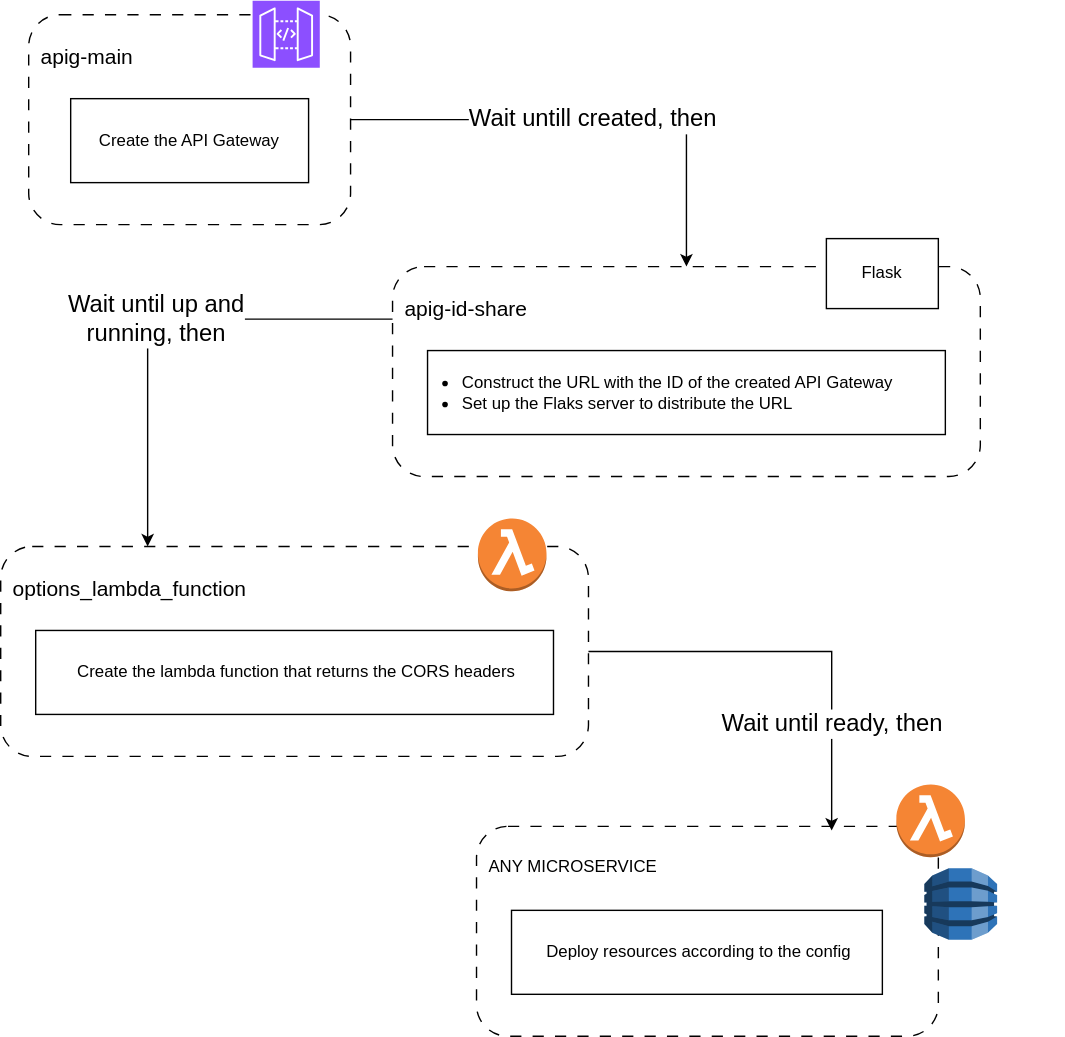
Before: backend/setup_deployment_apig.drawio.svg, a diagram exported from draw.io (sopra-the-endboss/laser-chad-fullstack). Source tidied: cells renumbered, new cells last; positions are measured from the earlier drawing's top-left corner, leaving out a move shared by most shapes. Source of this version:
```xml
<mxGraphModel>
  <root>
    <mxCell id="0" />
    <mxCell id="1" parent="0" />
    <mxCell id="2" style="group;" parent="1" vertex="1">
      <mxGeometry x="20" width="230" height="160" as="geometry" />
    </mxCell>
    <mxCell id="3" value="&lt;div style=&quot;font-size: 15px;&quot; align=&quot;left&quot;&gt;apig-main&lt;/div&gt;" style="rounded=1;whiteSpace=wrap;html=1;align=left;verticalAlign=top;spacingTop=15;spacingLeft=7;dashed=1;dashPattern=8 8;" parent="2" vertex="1">
      <mxGeometry y="10" width="230" height="150" as="geometry" />
    </mxCell>
    <mxCell id="4" value="Create the API Gateway" style="rounded=0;whiteSpace=wrap;html=1;" parent="2" vertex="1">
      <mxGeometry x="30" y="70" width="170" height="60" as="geometry" />
    </mxCell>
    <mxCell id="5" style="sketch=0;fontColor=#232F3E;fillColor=#8C4FFF;strokeColor=#ffffff;dashed=0;verticalLabelPosition=bottom;verticalAlign=top;align=center;html=1;fontSize=12;fontStyle=0;shape=mxgraph.aws4.resourceIcon;resIcon=mxgraph.aws4.api_gateway;" parent="2" vertex="1">
      <mxGeometry x="160" width="48" height="48" as="geometry" />
    </mxCell>
    <mxCell id="6" style="group;" parent="1" vertex="1">
      <mxGeometry x="280" y="170" width="420" height="170" as="geometry" />
    </mxCell>
    <mxCell id="7" value="&lt;div style=&quot;font-size: 15px;&quot; align=&quot;left&quot;&gt;apig-id-share&lt;/div&gt;" style="rounded=1;whiteSpace=wrap;html=1;align=left;verticalAlign=top;spacingTop=15;spacingLeft=7;dashed=1;dashPattern=8 8;" parent="6" vertex="1">
      <mxGeometry y="20" width="420" height="150" as="geometry" />
    </mxCell>
    <mxCell id="8" value="Flask" style="rounded=0;whiteSpace=wrap;html=1;" parent="6" vertex="1">
      <mxGeometry x="310" width="80" height="50" as="geometry" />
    </mxCell>
    <mxCell id="9" value="&lt;div align=&quot;left&quot;&gt;&lt;ul&gt;&lt;li&gt;Construct the URL with the ID of the created API Gateway&lt;/li&gt;&lt;li&gt;&lt;div&gt;Set up the Flaks server to distribute the URL&lt;br&gt;&lt;/div&gt;&lt;/li&gt;&lt;/ul&gt;&lt;/div&gt;" style="rounded=0;whiteSpace=wrap;html=1;align=left;spacingLeft=-17;" parent="6" vertex="1">
      <mxGeometry x="25" y="80" width="370" height="60" as="geometry" />
    </mxCell>
    <mxCell id="10" style="group;" parent="1" vertex="1">
      <mxGeometry y="370" width="420" height="170" as="geometry" />
    </mxCell>
    <mxCell id="11" value="&lt;div style=&quot;font-size: 15px;&quot; align=&quot;left&quot;&gt;options_lambda_function&lt;/div&gt;" style="rounded=1;whiteSpace=wrap;html=1;align=left;verticalAlign=top;spacingTop=15;spacingLeft=7;dashed=1;dashPattern=8 8;" parent="10" vertex="1">
      <mxGeometry y="20" width="420" height="150" as="geometry" />
    </mxCell>
    <mxCell id="12" value="Create the lambda function that returns the CORS headers" style="rounded=0;whiteSpace=wrap;html=1;align=center;spacingLeft=3;" parent="10" vertex="1">
      <mxGeometry x="25" y="80" width="370" height="60" as="geometry" />
    </mxCell>
    <mxCell id="13" style="dashed=0;verticalLabelPosition=bottom;verticalAlign=top;align=center;html=1;shape=mxgraph.aws3.lambda_function;fillColor=#F58534;gradientColor=none;" parent="10" vertex="1">
      <mxGeometry x="341" width="49" height="52" as="geometry" />
    </mxCell>
    <mxCell id="14" value="Wait untill created, then" style="edgeStyle=orthogonalEdgeStyle;rounded=0;jettySize=auto;html=1;entryX=0.5;entryY=0;entryDx=0;entryDy=0;fontSize=17;" parent="1" edge="1" source="3" target="7">
      <mxGeometry relative="1" as="geometry" />
    </mxCell>
    <mxCell id="15" value="&lt;div&gt;Wait until up and&lt;/div&gt;&lt;div&gt;running, then&lt;/div&gt;" style="edgeStyle=orthogonalEdgeStyle;rounded=0;jettySize=auto;html=1;exitX=0;exitY=0.25;exitDx=0;exitDy=0;entryX=0.25;entryY=0;entryDx=0;entryDy=0;fontSize=17;" parent="1" edge="1" source="7" target="11">
      <mxGeometry relative="1" as="geometry" />
    </mxCell>
    <mxCell id="16" style="group;" parent="1" vertex="1">
      <mxGeometry x="340" y="570" width="420" height="170" as="geometry" />
    </mxCell>
    <mxCell id="17" value="ANY MICROSERVICE" style="rounded=1;whiteSpace=wrap;html=1;align=left;verticalAlign=top;spacingTop=15;spacingLeft=7;dashed=1;dashPattern=8 8;" parent="16" vertex="1">
      <mxGeometry y="20" width="330" height="150" as="geometry" />
    </mxCell>
    <mxCell id="18" value="Deploy resources according to the config" style="rounded=0;whiteSpace=wrap;html=1;align=center;spacingLeft=3;" parent="16" vertex="1">
      <mxGeometry x="25" y="80" width="265" height="60" as="geometry" />
    </mxCell>
    <mxCell id="19" style="dashed=0;verticalLabelPosition=bottom;verticalAlign=top;align=center;html=1;shape=mxgraph.aws3.lambda_function;fillColor=#F58534;gradientColor=none;" parent="16" vertex="1">
      <mxGeometry x="300" y="-10" width="49" height="52" as="geometry" />
    </mxCell>
    <mxCell id="20" style="dashed=0;verticalLabelPosition=bottom;verticalAlign=top;align=center;html=1;shape=mxgraph.aws3.dynamo_db;fillColor=#2E73B8;gradientColor=none;" parent="16" vertex="1">
      <mxGeometry x="320" y="50" width="52" height="51" as="geometry" />
    </mxCell>
    <mxCell id="21" value="Wait until ready, then" style="edgeStyle=orthogonalEdgeStyle;rounded=0;jettySize=auto;html=1;exitX=1;exitY=0.5;exitDx=0;exitDy=0;entryX=0.769;entryY=0.02;entryDx=0;entryDy=0;entryPerimeter=0;fontSize=17;" parent="1" edge="1" source="11" target="17">
      <mxGeometry x="0.5" relative="1" as="geometry" />
    </mxCell>
  </root>
</mxGraphModel>
```
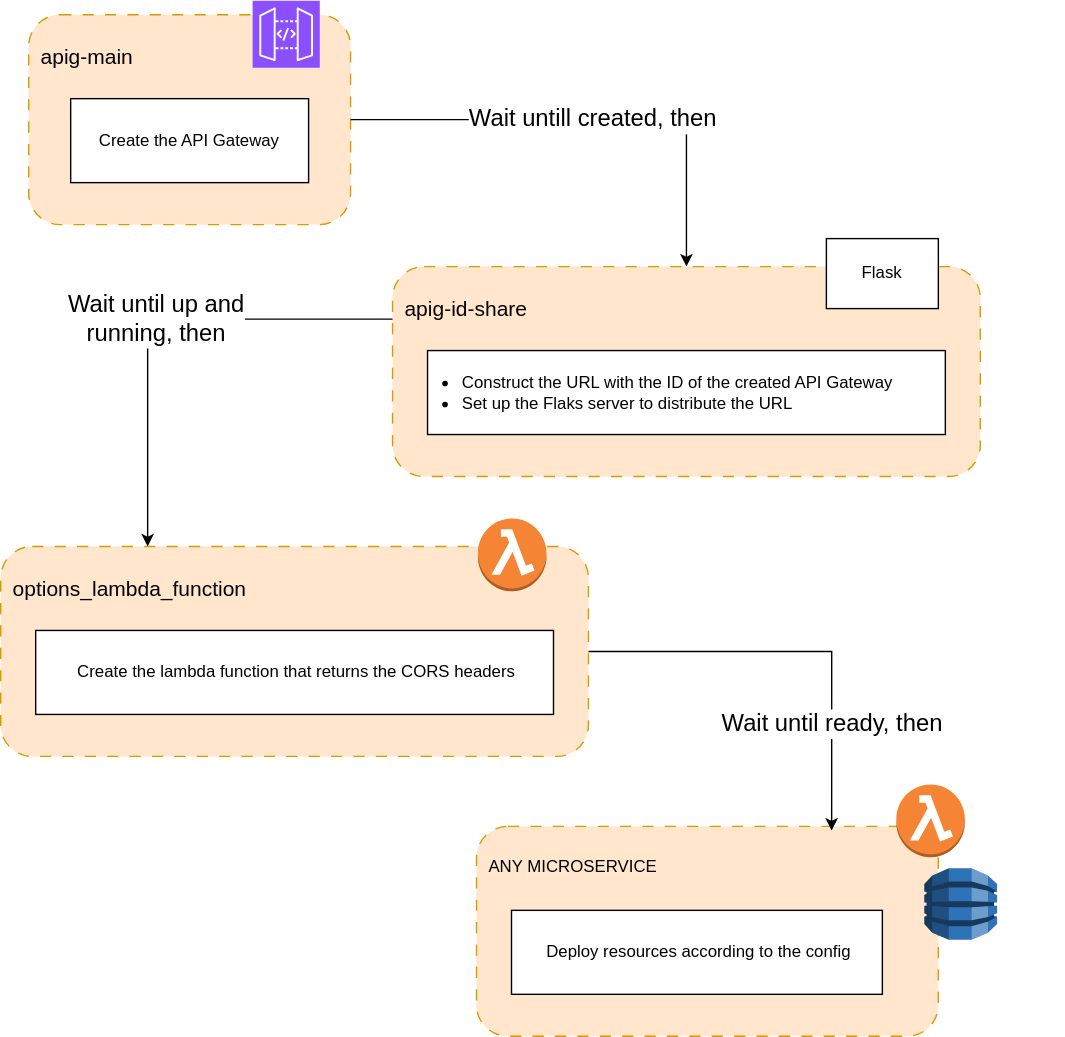
The same file after the commit.

Change to the diagram source:
```diff
@@ -5,7 +5,7 @@
     <mxCell id="2" style="group;" parent="1" vertex="1">
       <mxGeometry x="20" width="230" height="160" as="geometry" />
     </mxCell>
-    <mxCell id="3" value="&lt;div style=&quot;font-size: 15px;&quot; align=&quot;left&quot;&gt;apig-main&lt;/div&gt;" style="rounded=1;whiteSpace=wrap;html=1;align=left;verticalAlign=top;spacingTop=15;spacingLeft=7;dashed=1;dashPattern=8 8;" parent="2" vertex="1">
+    <mxCell id="3" value="&lt;div style=&quot;font-size: 15px;&quot; align=&quot;left&quot;&gt;apig-main&lt;/div&gt;" style="rounded=1;whiteSpace=wrap;html=1;align=left;verticalAlign=top;spacingTop=15;spacingLeft=7;dashed=1;dashPattern=8 8;fillColor=#ffe6cc;strokeColor=#d79b00;" parent="2" vertex="1">
       <mxGeometry y="10" width="230" height="150" as="geometry" />
     </mxCell>
     <mxCell id="4" value="Create the API Gateway" style="rounded=0;whiteSpace=wrap;html=1;" parent="2" vertex="1">
@@ -17,7 +17,7 @@
     <mxCell id="6" style="group;" parent="1" vertex="1">
       <mxGeometry x="280" y="170" width="420" height="170" as="geometry" />
     </mxCell>
-    <mxCell id="7" value="&lt;div style=&quot;font-size: 15px;&quot; align=&quot;left&quot;&gt;apig-id-share&lt;/div&gt;" style="rounded=1;whiteSpace=wrap;html=1;align=left;verticalAlign=top;spacingTop=15;spacingLeft=7;dashed=1;dashPattern=8 8;" parent="6" vertex="1">
+    <mxCell id="7" value="&lt;div style=&quot;font-size: 15px;&quot; align=&quot;left&quot;&gt;apig-id-share&lt;/div&gt;" style="rounded=1;whiteSpace=wrap;html=1;align=left;verticalAlign=top;spacingTop=15;spacingLeft=7;dashed=1;dashPattern=8 8;fillColor=#ffe6cc;strokeColor=#d79b00;" parent="6" vertex="1">
       <mxGeometry y="20" width="420" height="150" as="geometry" />
     </mxCell>
     <mxCell id="8" value="Flask" style="rounded=0;whiteSpace=wrap;html=1;" parent="6" vertex="1">
@@ -29,7 +29,7 @@
     <mxCell id="10" style="group;" parent="1" vertex="1">
       <mxGeometry y="370" width="420" height="170" as="geometry" />
     </mxCell>
-    <mxCell id="11" value="&lt;div style=&quot;font-size: 15px;&quot; align=&quot;left&quot;&gt;options_lambda_function&lt;/div&gt;" style="rounded=1;whiteSpace=wrap;html=1;align=left;verticalAlign=top;spacingTop=15;spacingLeft=7;dashed=1;dashPattern=8 8;" parent="10" vertex="1">
+    <mxCell id="11" value="&lt;div style=&quot;font-size: 15px;&quot; align=&quot;left&quot;&gt;options_lambda_function&lt;/div&gt;" style="rounded=1;whiteSpace=wrap;html=1;align=left;verticalAlign=top;spacingTop=15;spacingLeft=7;dashed=1;dashPattern=8 8;fillColor=#ffe6cc;strokeColor=#d79b00;" parent="10" vertex="1">
       <mxGeometry y="20" width="420" height="150" as="geometry" />
     </mxCell>
     <mxCell id="12" value="Create the lambda function that returns the CORS headers" style="rounded=0;whiteSpace=wrap;html=1;align=center;spacingLeft=3;" parent="10" vertex="1">
@@ -47,7 +47,7 @@
     <mxCell id="16" style="group;" parent="1" vertex="1">
       <mxGeometry x="340" y="570" width="420" height="170" as="geometry" />
     </mxCell>
-    <mxCell id="17" value="ANY MICROSERVICE" style="rounded=1;whiteSpace=wrap;html=1;align=left;verticalAlign=top;spacingTop=15;spacingLeft=7;dashed=1;dashPattern=8 8;" parent="16" vertex="1">
+    <mxCell id="17" value="ANY MICROSERVICE" style="rounded=1;whiteSpace=wrap;html=1;align=left;verticalAlign=top;spacingTop=15;spacingLeft=7;dashed=1;dashPattern=8 8;fillColor=#ffe6cc;strokeColor=#d79b00;" parent="16" vertex="1">
       <mxGeometry y="20" width="330" height="150" as="geometry" />
     </mxCell>
     <mxCell id="18" value="Deploy resources according to the config" style="rounded=0;whiteSpace=wrap;html=1;align=center;spacingLeft=3;" parent="16" vertex="1">
```
